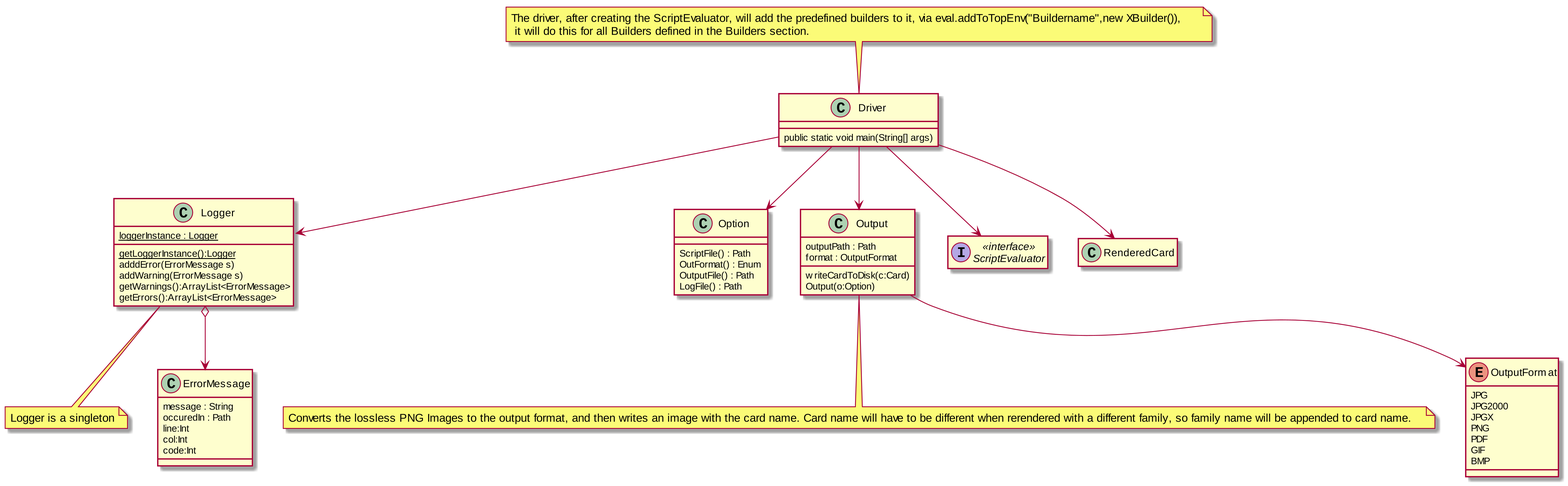
The PlantUML diagram Structure/DriverUML.png in MatthewBregg/DesignPatternsRepo, before a commit.
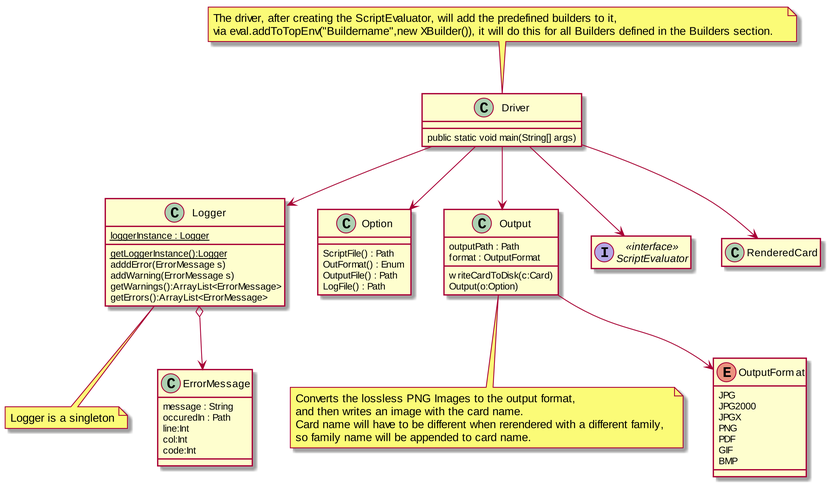
The same diagram one commit later.

Commit message:
Shrunk driver

Diff of the diagram source:
```diff
@@ -32,7 +32,12 @@
 Output : format : OutputFormat
 Output : writeCardToDisk(c:Card)
 Output : Output(o:Option)
-note bottom : Converts the lossless PNG Images to the output format, and then writes an image with the card name. Card name will have to be different when rerendered with a different family, so family name will be appended to card name.
+note bottom of Output
+ Converts the lossless PNG Images to the output format,
+ and then writes an image with the card name.
+ Card name will have to be different when rerendered with a different family,
+ so family name will be appended to card name.
+end note
 
 
 enum OutputFormat {
@@ -48,7 +53,10 @@
 class Driver
 Driver : public static void main(String[] args)
 
-note top : The driver, after creating the ScriptEvaluator, will add the predefined builders to it, via eval.addToTopEnv("Buildername",new XBuilder()), \n it will do this for all Builders defined in the Builders section.
+note top of Driver
+ The driver, after creating the ScriptEvaluator, will add the predefined builders to it,
+ via eval.addToTopEnv("Buildername",new XBuilder()), it will do this for all Builders defined in the Builders section.
+end note
 
 Output --> OutputFormat
 
```
